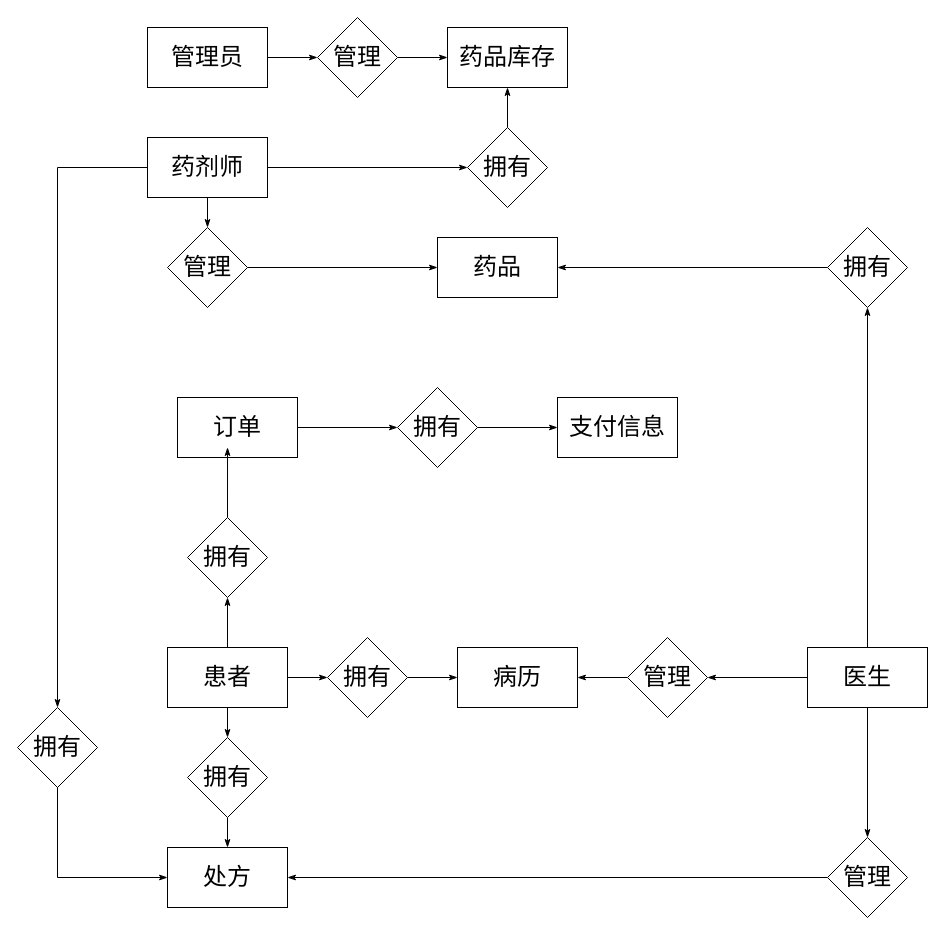
Earlier version of the draw.io diagram page "Page-1" (1 of 9) of 用例图/医疗信息系统E-R图.drawio (yansiro145/-). Source tidied: cells renumbered, new cells numbered last; positions are measured from the earlier drawing's top-left corner, leaving out a move shared by most shapes. Both pictures are drawn from the tidied source at 100%, with x=0, y=0 at pixel (17, 17).
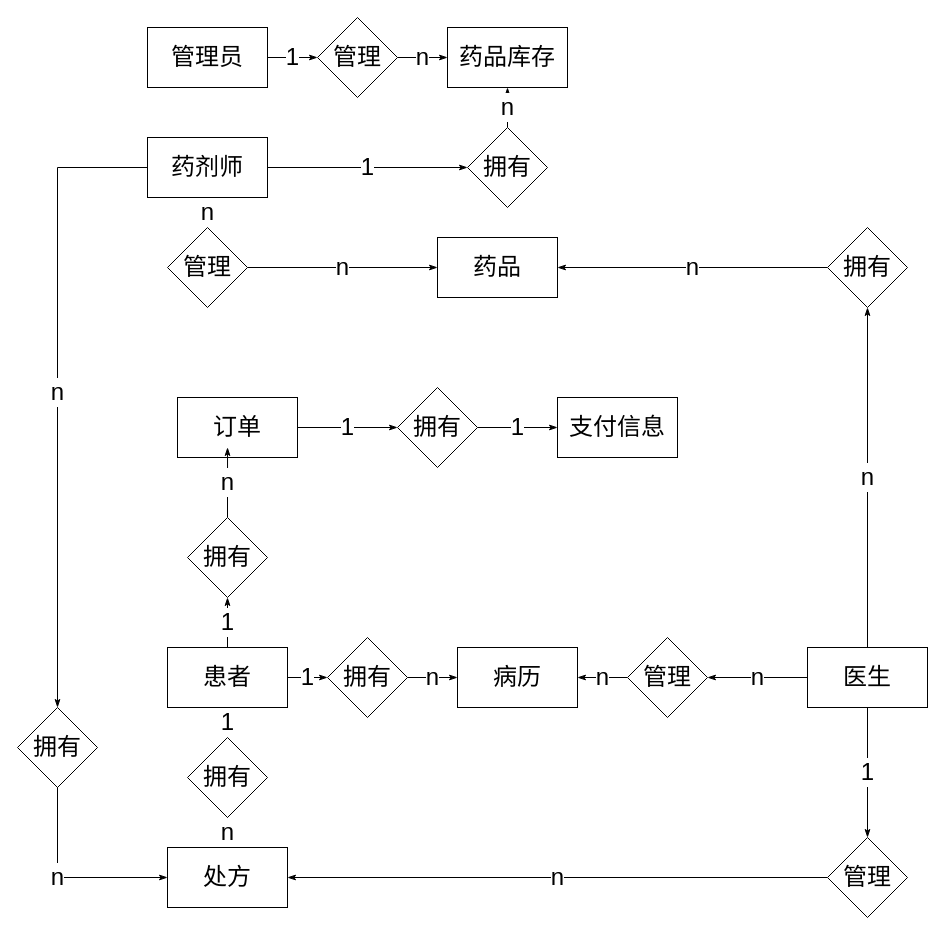
The same diagram, later.

Unchanged cells that the change refers to:
```xml
<mxCell id="5" value="患者" style="rounded=0;whiteSpace=wrap;html=1;fontSize=24;" parent="1" vertex="1">
  <mxGeometry x="150" y="630" width="120" height="60" as="geometry" />
</mxCell>
<mxCell id="7" value="管理" style="rhombus;whiteSpace=wrap;html=1;fontSize=24;" parent="1" vertex="1">
  <mxGeometry x="610" y="620" width="80" height="80" as="geometry" />
</mxCell>
<mxCell id="9" value="拥有" style="rhombus;whiteSpace=wrap;html=1;fontSize=24;" parent="1" vertex="1">
  <mxGeometry x="310" y="620" width="80" height="80" as="geometry" />
</mxCell>
<mxCell id="13" value="医生" style="rounded=0;whiteSpace=wrap;html=1;fontSize=24;" parent="1" vertex="1">
  <mxGeometry x="790" y="630" width="120" height="60" as="geometry" />
</mxCell>
<mxCell id="18" value="药剂师" style="rounded=0;whiteSpace=wrap;html=1;fontSize=24;" parent="1" vertex="1">
  <mxGeometry x="130" y="120" width="120" height="60" as="geometry" />
</mxCell>
<mxCell id="19" value="病历" style="rounded=0;whiteSpace=wrap;html=1;fontSize=24;" parent="1" vertex="1">
  <mxGeometry x="440" y="630" width="120" height="60" as="geometry" />
</mxCell>
<mxCell id="21" value="管理员" style="rounded=0;whiteSpace=wrap;html=1;fontSize=24;" parent="1" vertex="1">
  <mxGeometry x="130" y="10" width="120" height="60" as="geometry" />
</mxCell>
<mxCell id="22" value="药品库存" style="rounded=0;whiteSpace=wrap;html=1;fontSize=24;" parent="1" vertex="1">
  <mxGeometry x="430" y="10" width="120" height="60" as="geometry" />
</mxCell>
<mxCell id="23" value="药品" style="rounded=0;whiteSpace=wrap;html=1;fontSize=24;" parent="1" vertex="1">
  <mxGeometry x="420" y="220" width="120" height="60" as="geometry" />
</mxCell>
<mxCell id="24" value="处方" style="rounded=0;whiteSpace=wrap;html=1;fontSize=24;" parent="1" vertex="1">
  <mxGeometry x="150" y="830" width="120" height="60" as="geometry" />
</mxCell>
<mxCell id="25" value="支付信息" style="rounded=0;whiteSpace=wrap;html=1;fontSize=24;" parent="1" vertex="1">
  <mxGeometry x="540" y="380" width="120" height="60" as="geometry" />
</mxCell>
<mxCell id="27" value="订单" style="rounded=0;whiteSpace=wrap;html=1;fontSize=24;" parent="1" vertex="1">
  <mxGeometry x="160" y="380" width="120" height="60" as="geometry" />
</mxCell>
<mxCell id="29" value="管理" style="rhombus;whiteSpace=wrap;html=1;fontSize=24;" parent="1" vertex="1">
  <mxGeometry x="300" width="80" height="80" as="geometry" />
</mxCell>
<mxCell id="31" value="拥有" style="rhombus;whiteSpace=wrap;html=1;fontSize=24;" parent="1" vertex="1">
  <mxGeometry x="450" y="110" width="80" height="80" as="geometry" />
</mxCell>
<mxCell id="33" value="拥有" style="rhombus;whiteSpace=wrap;html=1;fontSize=24;" parent="1" vertex="1">
  <mxGeometry x="810" y="210" width="80" height="80" as="geometry" />
</mxCell>
<mxCell id="35" value="管理" style="rhombus;whiteSpace=wrap;html=1;fontSize=24;" parent="1" vertex="1">
  <mxGeometry x="150" y="210" width="80" height="80" as="geometry" />
</mxCell>
<mxCell id="37" value="管理" style="rhombus;whiteSpace=wrap;html=1;fontSize=24;" parent="1" vertex="1">
  <mxGeometry x="810" y="820" width="80" height="80" as="geometry" />
</mxCell>
<mxCell id="39" value="拥有" style="rhombus;whiteSpace=wrap;html=1;fontSize=24;" parent="1" vertex="1">
  <mxGeometry x="170" y="720" width="80" height="80" as="geometry" />
</mxCell>
<mxCell id="41" value="拥有" style="rhombus;whiteSpace=wrap;html=1;fontSize=24;" parent="1" vertex="1">
  <mxGeometry y="690" width="80" height="80" as="geometry" />
</mxCell>
<mxCell id="43" value="拥有" style="rhombus;whiteSpace=wrap;html=1;fontSize=24;" parent="1" vertex="1">
  <mxGeometry x="170" y="500" width="80" height="80" as="geometry" />
</mxCell>
<mxCell id="45" value="拥有" style="rhombus;whiteSpace=wrap;html=1;fontSize=24;" parent="1" vertex="1">
  <mxGeometry x="380" y="370" width="80" height="80" as="geometry" />
</mxCell>
```

What changed in the source:
```diff
@@
-    <mxCell id="2" style="edgeStyle=none;rounded=0;jettySize=auto;html=1;endArrow=classicThin;endFill=1;fontSize=24;" parent="1" edge="1" source="5" target="9">
+    <mxCell id="2" value="1" style="edgeStyle=none;rounded=0;jettySize=auto;html=1;endArrow=classicThin;endFill=1;fontSize=24;" parent="1" edge="1" source="5" target="9">
       <mxGeometry relative="1" as="geometry" />
     </mxCell>
-    <mxCell id="3" style="edgeStyle=none;rounded=0;jettySize=auto;html=1;endArrow=classicThin;endFill=1;fontSize=24;" parent="1" edge="1" source="5" target="39">
+    <mxCell id="3" value="1" style="edgeStyle=none;rounded=0;jettySize=auto;html=1;endArrow=classicThin;endFill=1;fontSize=24;" parent="1" edge="1" source="5" target="39">
       <mxGeometry relative="1" as="geometry" />
     </mxCell>
-    <mxCell id="4" style="edgeStyle=none;rounded=0;jettySize=auto;html=1;endArrow=classicThin;endFill=1;fontSize=24;" parent="1" edge="1" source="5" target="43">
+    <mxCell id="4" value="1" style="edgeStyle=none;rounded=0;jettySize=auto;html=1;endArrow=classicThin;endFill=1;fontSize=24;" parent="1" edge="1" source="5" target="43">
       <mxGeometry relative="1" as="geometry" />
     </mxCell>
@@
-    <mxCell id="6" style="edgeStyle=none;rounded=0;jettySize=auto;html=1;endArrow=classicThin;endFill=1;fontSize=24;" parent="1" edge="1" source="7" target="19">
+    <mxCell id="6" value="n" style="edgeStyle=none;rounded=0;jettySize=auto;html=1;endArrow=classicThin;endFill=1;fontSize=24;" parent="1" edge="1" source="7" target="19">
       <mxGeometry relative="1" as="geometry" />
     </mxCell>
@@
-    <mxCell id="8" style="edgeStyle=none;rounded=0;jettySize=auto;html=1;endArrow=classicThin;endFill=1;fontSize=24;" parent="1" edge="1" source="9" target="19">
+    <mxCell id="8" value="n" style="edgeStyle=none;rounded=0;jettySize=auto;html=1;endArrow=classicThin;endFill=1;fontSize=24;" parent="1" edge="1" source="9" target="19">
       <mxGeometry relative="1" as="geometry" />
     </mxCell>
@@
-    <mxCell id="10" style="edgeStyle=none;rounded=0;jettySize=auto;html=1;endArrow=classicThin;endFill=1;fontSize=24;" parent="1" edge="1" source="13" target="7">
+    <mxCell id="10" value="n" style="edgeStyle=none;rounded=0;jettySize=auto;html=1;endArrow=classicThin;endFill=1;fontSize=24;" parent="1" edge="1" source="13" target="7">
       <mxGeometry relative="1" as="geometry" />
     </mxCell>
-    <mxCell id="11" style="edgeStyle=none;rounded=0;jettySize=auto;html=1;endArrow=classicThin;endFill=1;fontSize=24;" parent="1" edge="1" source="13" target="37">
+    <mxCell id="11" value="1" style="edgeStyle=none;rounded=0;jettySize=auto;html=1;endArrow=classicThin;endFill=1;fontSize=24;" parent="1" edge="1" source="13" target="37">
       <mxGeometry relative="1" as="geometry" />
     </mxCell>
-    <mxCell id="12" style="edgeStyle=none;rounded=0;jettySize=auto;html=1;endArrow=classicThin;endFill=1;fontSize=24;" parent="1" edge="1" source="13" target="33">
+    <mxCell id="12" value="n" style="edgeStyle=none;rounded=0;jettySize=auto;html=1;endArrow=classicThin;endFill=1;fontSize=24;" parent="1" edge="1" source="13" target="33">
       <mxGeometry relative="1" as="geometry" />
     </mxCell>
@@
-    <mxCell id="14" style="edgeStyle=none;rounded=0;jettySize=auto;html=1;endArrow=classicThin;endFill=1;fontSize=24;" parent="1" edge="1" source="18" target="31">
+    <mxCell id="14" value="1" style="edgeStyle=none;rounded=0;jettySize=auto;html=1;endArrow=classicThin;endFill=1;fontSize=24;" parent="1" edge="1" source="18" target="31">
       <mxGeometry relative="1" as="geometry" />
     </mxCell>
@@
-    <mxCell id="16" style="edgeStyle=none;rounded=0;jettySize=auto;html=1;endArrow=classicThin;endFill=1;fontSize=24;" parent="1" edge="1" source="18" target="41">
+    <mxCell id="16" value="n" style="edgeStyle=none;rounded=0;jettySize=auto;html=1;endArrow=classicThin;endFill=1;fontSize=24;" parent="1" edge="1" source="18" target="41">
       <mxGeometry relative="1" as="geometry">
         <Array as="points">
           <mxPoint x="40" y="150" />
         </Array>
       </mxGeometry>
     </mxCell>
-    <mxCell id="17" style="edgeStyle=none;rounded=0;jettySize=auto;html=1;entryX=0.5;entryY=0;entryDx=0;entryDy=0;endArrow=classicThin;endFill=1;fontSize=24;" parent="1" edge="1" source="18" target="35">
+    <mxCell id="17" value="n" style="edgeStyle=none;rounded=0;jettySize=auto;html=1;entryX=0.5;entryY=0;entryDx=0;entryDy=0;endArrow=classicThin;endFill=1;fontSize=24;" parent="1" edge="1" source="18" target="35">
       <mxGeometry relative="1" as="geometry" />
     </mxCell>
@@
-    <mxCell id="20" style="rounded=0;jettySize=auto;html=1;endArrow=classicThin;endFill=1;fontSize=24;" parent="1" edge="1" source="21" target="29">
+    <mxCell id="20" value="1" style="rounded=0;jettySize=auto;html=1;endArrow=classicThin;endFill=1;fontSize=24;" parent="1" edge="1" source="21" target="29">
       <mxGeometry relative="1" as="geometry" />
     </mxCell>
@@
-    <mxCell id="26" style="edgeStyle=none;rounded=0;jettySize=auto;html=1;endArrow=classicThin;endFill=1;fontSize=24;" parent="1" edge="1" source="27" target="45">
+    <mxCell id="26" value="1" style="edgeStyle=none;rounded=0;jettySize=auto;html=1;endArrow=classicThin;endFill=1;fontSize=24;" parent="1" edge="1" source="27" target="45">
       <mxGeometry relative="1" as="geometry" />
     </mxCell>
@@
-    <mxCell id="28" style="edgeStyle=none;rounded=0;jettySize=auto;html=1;endArrow=classicThin;endFill=1;fontSize=24;" parent="1" edge="1" source="29" target="22">
+    <mxCell id="28" value="n" style="edgeStyle=none;rounded=0;jettySize=auto;html=1;endArrow=classicThin;endFill=1;fontSize=24;" parent="1" edge="1" source="29" target="22">
       <mxGeometry relative="1" as="geometry" />
     </mxCell>
@@
-    <mxCell id="30" style="edgeStyle=none;rounded=0;jettySize=auto;html=1;endArrow=classicThin;endFill=1;fontSize=24;" parent="1" edge="1" source="31" target="22">
+    <mxCell id="30" value="n" style="edgeStyle=none;rounded=0;jettySize=auto;html=1;endArrow=classicThin;endFill=1;fontSize=24;" parent="1" edge="1" source="31" target="22">
       <mxGeometry relative="1" as="geometry" />
     </mxCell>
@@
-    <mxCell id="32" style="edgeStyle=none;rounded=0;jettySize=auto;html=1;endArrow=classicThin;endFill=1;fontSize=24;" parent="1" edge="1" source="33" target="23">
+    <mxCell id="32" value="n" style="edgeStyle=none;rounded=0;jettySize=auto;html=1;endArrow=classicThin;endFill=1;fontSize=24;" parent="1" edge="1" source="33" target="23">
       <mxGeometry relative="1" as="geometry" />
     </mxCell>
@@
-    <mxCell id="34" style="edgeStyle=none;rounded=0;jettySize=auto;html=1;endArrow=classicThin;endFill=1;fontSize=24;" parent="1" edge="1" source="35" target="23">
+    <mxCell id="34" value="n" style="edgeStyle=none;rounded=0;jettySize=auto;html=1;endArrow=classicThin;endFill=1;fontSize=24;" parent="1" edge="1" source="35" target="23">
       <mxGeometry relative="1" as="geometry" />
     </mxCell>
@@
-    <mxCell id="36" style="edgeStyle=none;rounded=0;jettySize=auto;html=1;endArrow=classicThin;endFill=1;fontSize=24;" parent="1" edge="1" source="37" target="24">
+    <mxCell id="36" value="n" style="edgeStyle=none;rounded=0;jettySize=auto;html=1;endArrow=classicThin;endFill=1;fontSize=24;" parent="1" edge="1" source="37" target="24">
       <mxGeometry relative="1" as="geometry" />
     </mxCell>
@@
-    <mxCell id="38" style="edgeStyle=none;rounded=0;jettySize=auto;html=1;endArrow=classicThin;endFill=1;fontSize=24;" parent="1" edge="1" source="39" target="24">
+    <mxCell id="38" value="n" style="edgeStyle=none;rounded=0;jettySize=auto;html=1;endArrow=classicThin;endFill=1;fontSize=24;" parent="1" edge="1" source="39" target="24">
       <mxGeometry relative="1" as="geometry" />
     </mxCell>
@@
-    <mxCell id="40" style="edgeStyle=none;rounded=0;jettySize=auto;html=1;endArrow=classicThin;endFill=1;fontSize=24;" parent="1" edge="1" target="24">
+    <mxCell id="40" value="n" style="edgeStyle=none;rounded=0;jettySize=auto;html=1;endArrow=classicThin;endFill=1;fontSize=24;" parent="1" edge="1" target="24">
       <mxGeometry relative="1" as="geometry">
         <mxPoint x="40" y="750" as="sourcePoint" />
         <Array as="points">
           <mxPoint x="40" y="860" />
         </Array>
       </mxGeometry>
     </mxCell>
@@
-    <mxCell id="42" style="edgeStyle=none;rounded=0;jettySize=auto;html=1;entryX=0.417;entryY=0.833;entryDx=0;entryDy=0;entryPerimeter=0;endArrow=classicThin;endFill=1;fontSize=24;" parent="1" edge="1" source="43" target="27">
+    <mxCell id="42" value="n" style="edgeStyle=none;rounded=0;jettySize=auto;html=1;entryX=0.417;entryY=0.833;entryDx=0;entryDy=0;entryPerimeter=0;endArrow=classicThin;endFill=1;fontSize=24;" parent="1" edge="1" source="43" target="27">
       <mxGeometry relative="1" as="geometry" />
     </mxCell>
@@
-    <mxCell id="44" style="edgeStyle=none;rounded=0;jettySize=auto;html=1;entryX=0;entryY=0.5;entryDx=0;entryDy=0;endArrow=classicThin;endFill=1;fontSize=24;" parent="1" edge="1" source="45" target="25">
+    <mxCell id="44" value="1" style="edgeStyle=none;rounded=0;jettySize=auto;html=1;entryX=0;entryY=0.5;entryDx=0;entryDy=0;endArrow=classicThin;endFill=1;fontSize=24;" parent="1" edge="1" source="45" target="25">
       <mxGeometry relative="1" as="geometry" />
     </mxCell>
```
